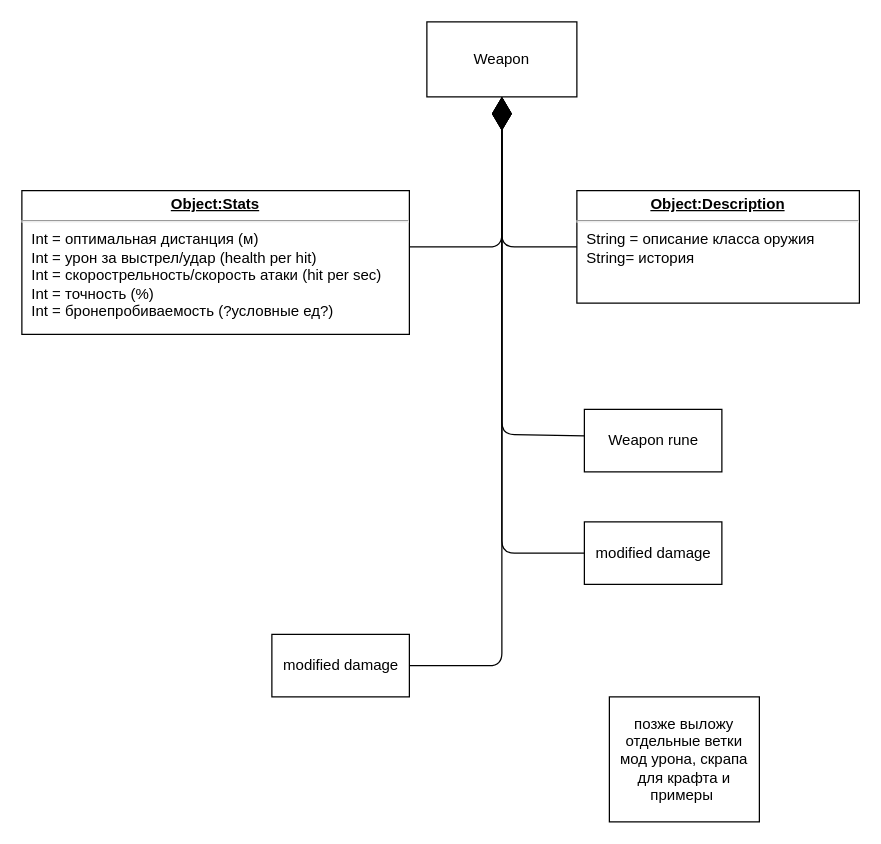
PhoenixVRN/Mafia keeps this draw.io diagram as page "Weapon" (11 of 14) of Architecture.drawio. Above is the earlier version. Source tidied: cells renumbered, new cells numbered last; positions are measured from the earlier drawing's top-left corner, leaving out a move shared by most shapes. Both pictures are drawn from the tidied source at 125%, with x=0, y=0 at pixel (21, 21).
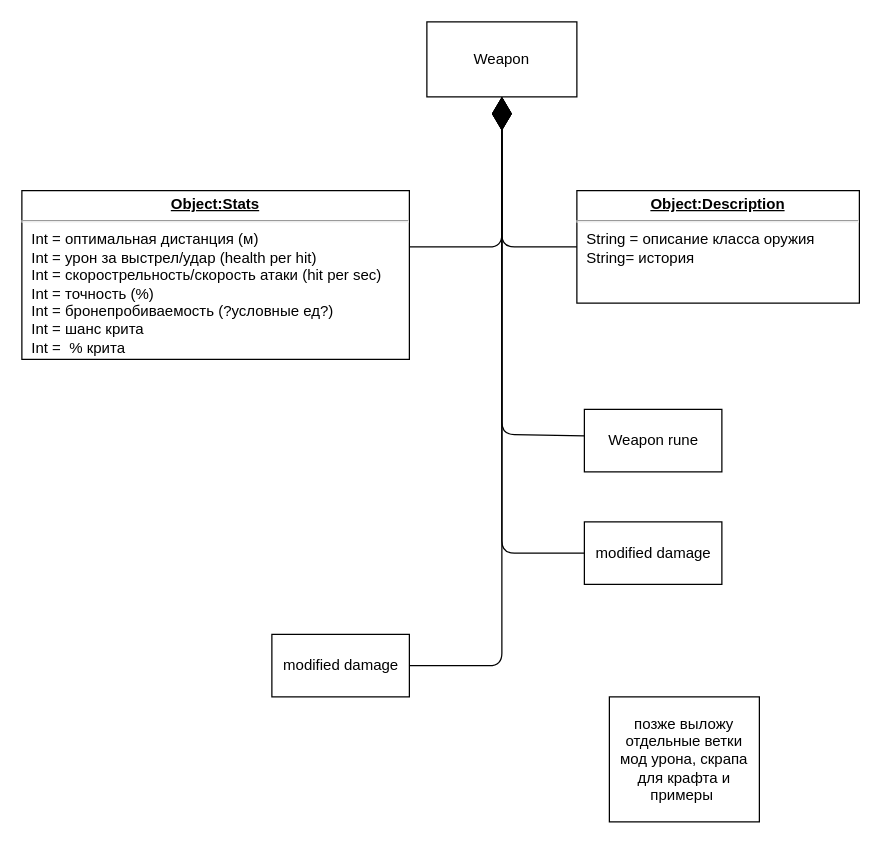
The same page after the edit.

Change to the diagram source:
```diff
@@
-    <mxCell id="7" value="&lt;p style=&quot;margin: 0px ; margin-top: 4px ; text-align: center ; text-decoration: underline&quot;&gt;&lt;b&gt;Object:Stats&lt;/b&gt;&lt;/p&gt;&lt;hr&gt;&lt;p style=&quot;margin: 0px ; margin-left: 8px&quot;&gt;Int = оптимальная дистанция (м)&lt;br&gt;Int&amp;nbsp;= урон за выстрел/удар (health per hit)&lt;/p&gt;&lt;p style=&quot;margin: 0px ; margin-left: 8px&quot;&gt;Int = скорострельность/скорость атаки (hit per sec)&lt;/p&gt;&lt;p style=&quot;margin: 0px ; margin-left: 8px&quot;&gt;Int = точность (%)&lt;br&gt;&lt;/p&gt;&lt;p style=&quot;margin: 0px ; margin-left: 8px&quot;&gt;Int = бронепробиваемость (?условные ед?)&lt;/p&gt;" style="verticalAlign=top;align=left;overflow=fill;fontSize=12;fontFamily=Helvetica;html=1;" parent="1" vertex="1">
-      <mxGeometry y="135" width="310" height="115" as="geometry" />
+    <mxCell id="7" value="&lt;p style=&quot;margin: 0px ; margin-top: 4px ; text-align: center ; text-decoration: underline&quot;&gt;&lt;b&gt;Object:Stats&lt;/b&gt;&lt;/p&gt;&lt;hr&gt;&lt;p style=&quot;margin: 0px ; margin-left: 8px&quot;&gt;Int = оптимальная дистанция (м)&lt;br&gt;Int&amp;nbsp;= урон за выстрел/удар (health per hit)&lt;/p&gt;&lt;p style=&quot;margin: 0px ; margin-left: 8px&quot;&gt;Int = скорострельность/скорость атаки (hit per sec)&lt;/p&gt;&lt;p style=&quot;margin: 0px ; margin-left: 8px&quot;&gt;Int = точность (%)&lt;br&gt;&lt;/p&gt;&lt;p style=&quot;margin: 0px ; margin-left: 8px&quot;&gt;Int = бронепробиваемость (?условные ед?)&lt;/p&gt;&lt;p style=&quot;margin: 0px ; margin-left: 8px&quot;&gt;Int = шанс крита&lt;/p&gt;&lt;p style=&quot;margin: 0px ; margin-left: 8px&quot;&gt;Int =&amp;nbsp; % крита&lt;/p&gt;" style="verticalAlign=top;align=left;overflow=fill;fontSize=12;fontFamily=Helvetica;html=1;" parent="1" vertex="1">
+      <mxGeometry y="135" width="310" height="135" as="geometry" />
     </mxCell>
```
